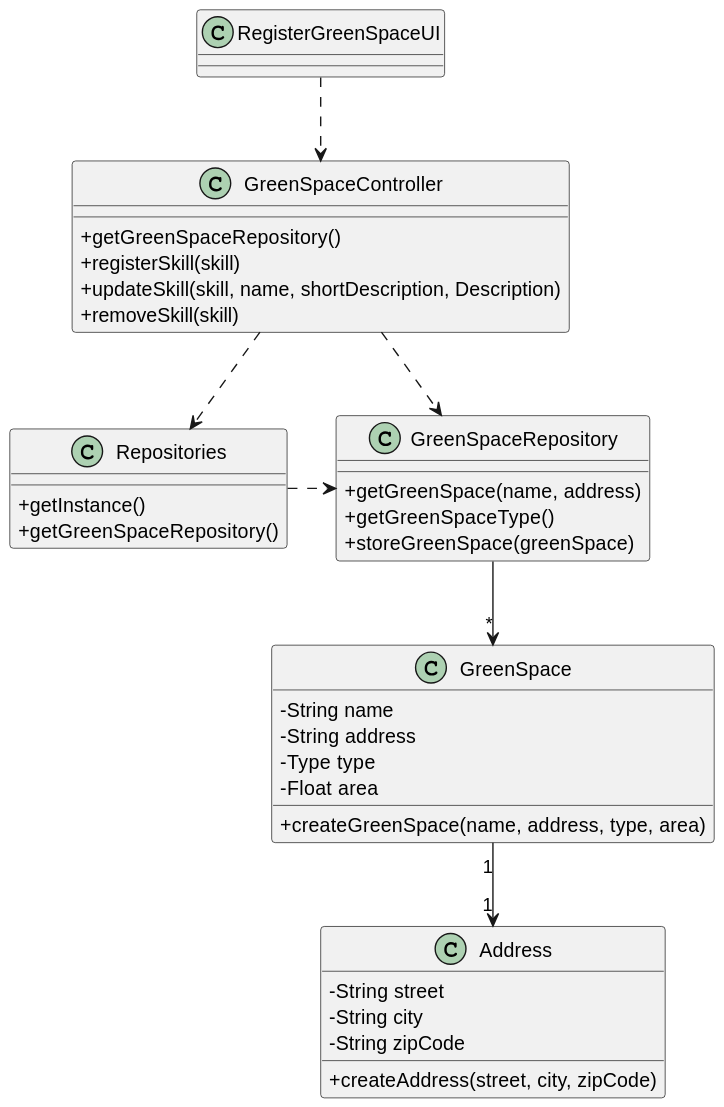
Before: docs/sprintC/us020/03.design/svg/us020-class-diagram.svg, a diagram exported from PlantUML (RicardoMorim/lapr2-ISEP-Project). Its diagram source:
```plantuml
@startuml
skinparam packageStyle rectangle
skinparam shadowing false
skinparam linetype polyline

skinparam classAttributeIconSize 0


class RegisterGreenSpaceUI {
}

class GreenSpaceController {
    + getGreenSpaceRepository()
    + registerSkill(skill)
    + updateSkill(skill, name, shortDescription, Description)
    + removeSkill(skill)
}



class GreenSpaceRepository {
    + getGreenSpace(name, address)
    + getGreenSpaceType()
    + storeGreenSpace(greenSpace)
}
class GreenSpace {
    - String name
    - String address
    - Type type
    - Float area

    + createGreenSpace(name, address, type, area)
}
class Repositories {
    + getInstance()
    + getGreenSpaceRepository()
}
class Address {
    - String street
    - String city
    - String zipCode

    + createAddress(street, city, zipCode)
    }
RegisterGreenSpaceUI ..> GreenSpaceController
GreenSpaceController ..> GreenSpaceRepository
GreenSpaceController .> Repositories
Repositories .> GreenSpaceRepository
GreenSpaceRepository --> "*"GreenSpace
GreenSpace"1" --> "1"Address
@enduml
```
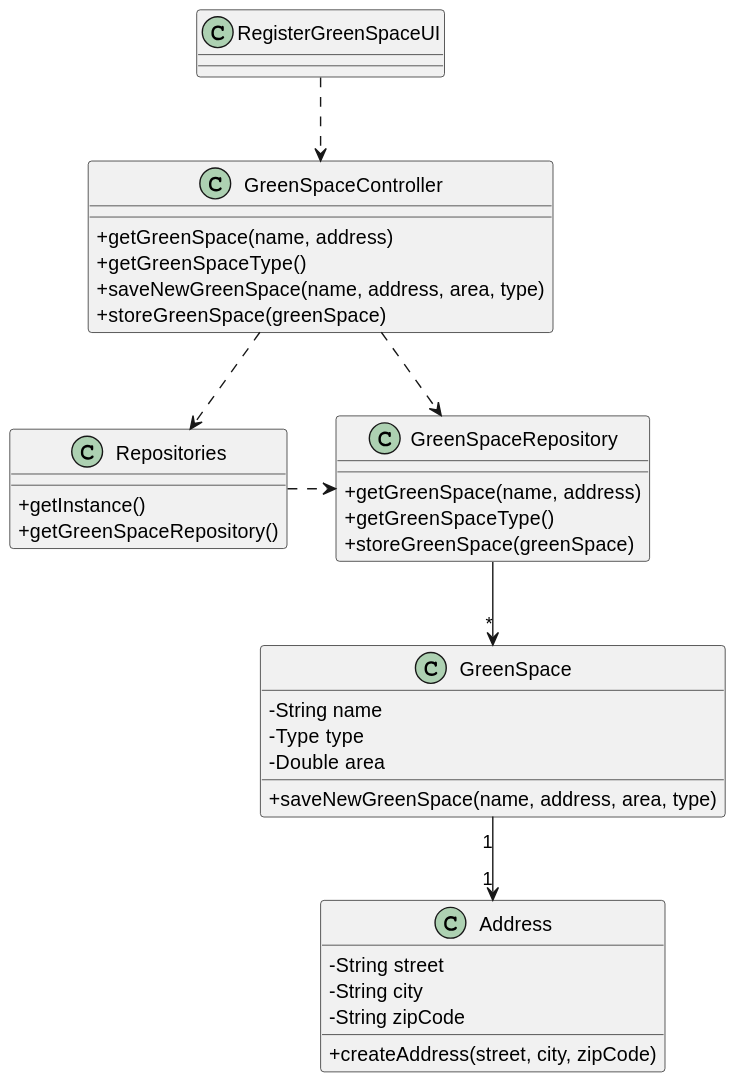
Above is the later version.

What changed in the source:
```diff
@@ -10,10 +10,10 @@
 }
 
 class GreenSpaceController {
-    + getGreenSpaceRepository()
-    + registerSkill(skill)
-    + updateSkill(skill, name, shortDescription, Description)
-    + removeSkill(skill)
+    + getGreenSpace(name, address)
+    + getGreenSpaceType()
+    + saveNewGreenSpace(name, address, area, type)
+    +  storeGreenSpace(greenSpace)
 }
 
 
@@ -25,11 +25,10 @@
 }
 class GreenSpace {
     - String name
-    - String address
     - Type type
-    - Float area
+    - Double area
 
-    + createGreenSpace(name, address, type, area)
+   + saveNewGreenSpace(name, address, area, type)
 }
 class Repositories {
     + getInstance()
```
